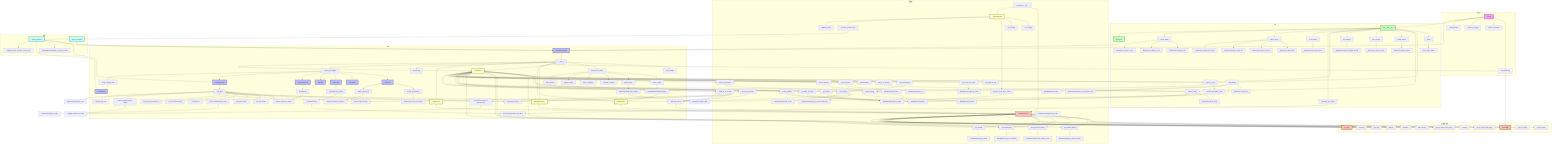
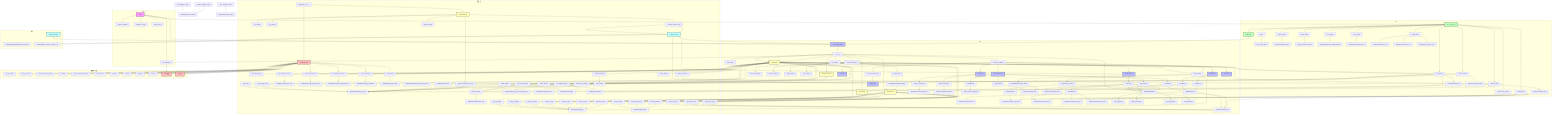
flowchart TD
    subgraph 主入口
        main["main()"] --> init_database["init_database()"]
        main --> register_services["register_services()"]
        main --> handle_cli_args["handle_cli_args()"]
        main --> show_menu["show_menu()"]
    end

    subgraph GUI
        VMTOOLPyQtApp["VMTOOLPyQtApp"] --> __init__["__init__()"]
        __init__ --> load_config["load_config()"]
        __init__ --> create_menu_bar["create_menu_bar()"]
        __init__ --> init_database
        __init__ --> DictService
        __init__ --> WeightCalculator
        __init__ --> FilterService
        __init__ --> StatsService
        __init__ --> set_theme["set_theme()"]
        __init__ --> create_tab_widget["create_tab_widget()"]
+         __init__ --> ProgressBarWidget["ProgressBarWidget"]

        create_menu_bar --> import_data["import_data()"]
        create_menu_bar --> export_data["export_data()"]
        create_menu_bar --> calculate_weight["calculate_weight()"]
        create_menu_bar --> detect_conflicts["detect_conflicts()"]
        create_menu_bar --> migrate_data["migrate_data()"]
        create_menu_bar --> show_about["show_about()"]

        import_data --> ImportExportTab.import_data["ImportExportTab.import_data()"]
        export_data --> ImportExportTab.export_data["ImportExportTab.export_data()"]

        create_tab_widget --> CharsTab["CharsTab"]
        create_tab_widget --> SpecialTab["SpecialTab"]
        create_tab_widget --> WordsTab["WordsTab"]
        create_tab_widget --> StatsTab["StatsTab"]
        create_tab_widget --> ImportExportTab["ImportExportTab"]
        create_tab_widget --> CodeRulesTab["CodeRulesTab"]
        create_tab_widget --> create_settings_tab["create_settings_tab()"]
        create_settings_tab --> SettingsTab["SettingsTab"]

        CharsTab --> search_characters_gui["search_characters()"]
        search_characters_gui --> DictService.search_characters

        CharsTab --> delete_character_gui["delete_character()"]
        delete_character_gui --> DictService.delete_character

+         CharsTab --> add_batch_gui["add_batch()"]
+         add_batch_gui --> AddBatchThread["AddBatchThread"]
+         AddBatchThread --> DictService.add_characters
+         add_batch_gui --> ProgressBarWidget
+ 
+         SpecialTab --> add_special_batch_gui["add_batch()"]
+         add_special_batch_gui --> AddBatchThread
+         AddBatchThread --> DictService.add_words
+         add_special_batch_gui --> ProgressBarWidget
+ 
+         WordsTab --> add_batch_words_gui["add_batch()"]
+         add_batch_words_gui --> AddBatchThread
+         AddBatchThread --> DictService.add_words
+         add_batch_words_gui --> ProgressBarWidget
+ 
        WordsTab --> recalculate_all_codes_gui["recalculate_all_codes()"]
        recalculate_all_codes_gui --> CalculateThread["CalculateThread"]
        CalculateThread --> DictService.calculate_all_codes
+         recalculate_all_codes_gui --> ProgressBarWidget

        ImportExportTab --> showEvent["showEvent()"]
        showEvent --> update_export_full_path["update_export_full_path()"]

+         ImportExportTab --> import_data_gui["import_data()"]
+         import_data_gui --> ImportThread["ImportThread"]
+         ImportThread --> FilterService.import_from_txt
+         ImportThread --> FilterService.import_from_csv
+         ImportThread --> FilterService.import_from_json
+         import_data_gui --> ProgressBarWidget
+ 
+         ImportExportTab --> export_data_gui["export_data()"]
+         export_data_gui --> DictService.export_data
+ 
        CodeRulesTab --> test_rule["test_rule()"]
-         test_rule --> get_rule_content["get rule content"]
-         test_rule --> get_python_mode["get python mode"]
-         test_rule --> save_original_config["save original config"]
-         test_rule --> save_codegen_config["save CodeGenerator config"]
-         test_rule --> set_temp_rule["set temp rule"]
-         test_rule --> set_codegen_custom["set CodeGenerator to custom mode"]
-         test_rule --> generate_code["generate_code()"]
-         test_rule --> get_rule_name["get rule name from UI"]
-         test_rule --> get_ui_python_mode["get python mode from UI"]
-         test_rule --> restore_original_config["restore original config"]
-         test_rule --> restore_codegen_config["restore CodeGenerator config"]
-         test_rule --> cleanup_temp_rule["cleanup temp rule"]
+         test_rule --> DictService.generate_code
+         test_rule --> ProgressBarWidget
+ 
+         ProgressBarWidget --> start_progress["start_progress()"]
+         ProgressBarWidget --> update_progress["update_progress()"]
+         ProgressBarWidget --> finish_progress["finish_progress()"]
+         ProgressBarWidget --> error_progress["error_progress()"]
    end

    subgraph CLI
        CLI_Main["cli/__main__.py"] --> main_cli["main()"]
        main_cli --> show_typer_help["show_typer_help()"]

        CLI_Main --> add_word["add_word()"]
        CLI_Main --> delete_word["delete_word()"]
        CLI_Main --> delete_batch["delete_batch()"]
        CLI_Main --> query_word["query_word()"]
        CLI_Main --> set_weight["set_weight()"]
        CLI_Main --> replace_code["replace_code()"]
        CLI_Main --> calculate_all_codes_cli["calculate_all_codes()"]
        CLI_Main --> show_stats["show_stats()"]
        CLI_Main --> import_data_cli["import_data()"]
        CLI_Main --> export_data_cli["export_data()"]
        CLI_Main --> start_gui["start_gui()"]

        add_word --> DictService.add_word
        delete_word --> DictService.delete_word
        delete_batch --> DictService.delete_words
        query_word --> DictService.search_words
        set_weight --> WeightCalculator.set_weight_directly
        replace_code --> DictService.replace_code
        calculate_all_codes_cli --> DictService.calculate_all_codes
        show_stats --> StatsService.generate_report
        import_data_cli --> DictService.add_words
        import_data_cli --> FilterService.import_from_txt
        import_data_cli --> FilterService.import_from_csv
        import_data_cli --> FilterService.import_from_json
        export_data_cli --> FilterService.export_to_txt
        export_data_cli --> FilterService.export_to_csv
        export_data_cli --> FilterService.export_to_json
        start_gui --> VMTOOLPyQtApp
    end

    subgraph 服务层
        DictService["DictService"] --> __init__["__init__()"]
        DictService.__init__ --> WordRepository
        DictService.__init__ --> CodeGenerator

        DictService --> get_word["get_word()"]
        get_word --> WordRepository.get_by_word

        DictService --> get_word_by_text["get_word_by_text()"]
        get_word_by_text --> WordRepository.get_by_word

        DictService --> get_word_by_id["get_word_by_id()"]

        DictService --> get_words_by_code["get_words_by_code()"]
        get_words_by_code --> WordRepository.get_by_code

        DictService --> get_special_chars["get_special_chars()"]
        get_special_chars --> WordRepository.get_special_chars

        DictService --> count_special_chars["count_special_chars()"]
        count_special_chars --> WordRepository.count_special_chars

        DictService --> get_characters["get_characters()"]
        get_characters --> WordRepository.get_characters

        DictService --> get_words["get_words()"]
        get_words --> WordRepository.get_words

        DictService --> add_word["add_word()"]
        add_word --> generate_code["generate_code()"]
        generate_code --> CodeGenerator.generate_code
        add_word --> WordRepository.get_by_word_and_code
        add_word --> WordRepository.create

        DictService --> add_words["add_words()"]
        add_words --> generate_code
        add_words --> WordRepository.get_by_word_code_pairs
        add_words --> WordRepository.bulk_create

        DictService --> add_characters["add_characters()"]
        add_characters --> add_words

        DictService --> update_word["update_word()"]
        update_word --> WordRepository.get_by_word
        update_word --> WordRepository.update

        DictService --> delete_word["delete_word()"]
        delete_word --> WordRepository.get_by_word
        delete_word --> WordRepository.delete

        DictService --> delete_words["delete_words()"]
        delete_words --> WordRepository.get_by_word
        delete_words --> WordRepository.delete

        DictService --> delete_character["delete_character()"]
        delete_character --> delete_word

        DictService --> delete_table["delete_table()"]

        DictService --> replace_code["replace_code()"]
        replace_code --> update_word

        DictService --> get_all_words["get_all_words()"]
        get_all_words --> WordRepository.get_all

        DictService --> search_words["search_words()"]
        search_words --> WordRepository.search

        DictService --> search_characters["search_characters()"]
        search_characters --> WordRepository.search

        DictService --> get_code_preview["get_code_preview()"]
        get_code_preview --> generate_code

        DictService --> calculate_all_codes["calculate_all_codes()"]
-         calculate_all_codes --> save_original_config["save original config"]
-         calculate_all_codes --> set_codegen_custom["set CodeGenerator to custom mode"]
        calculate_all_codes --> generate_code
-         calculate_all_codes --> restore_original_config["restore original config"]
- 
-         WeightCalculator["WeightCalculator"] --> WordRepository
-         FilterService["FilterService"] --> WordRepository
-         StatsService["StatsService"] --> WordRepository
+ 
+         DictService --> export_data["export_data()"]
+         export_data --> WordRepository.get_all
+ 
+         WeightCalculator["WeightCalculator"] --> set_weight_directly["set_weight_directly()"]
+         set_weight_directly --> WordRepository.get_by_word
+         set_weight_directly --> WordRepository.update
+ 
+         FilterService["FilterService"] --> filter_by_length["filter_by_length()"]
+         filter_by_length --> WordRepository.get_all
+ 
+         FilterService --> filter_by_weight["filter_by_weight()"]
+         filter_by_weight --> WordRepository.get_all
+ 
+         FilterService --> filter_by_pattern["filter_by_pattern()"]
+         filter_by_pattern --> WordRepository.search
+ 
+         FilterService --> import_from_txt["import_from_txt()"]
+         import_from_txt --> DictService.add_words
+ 
+         FilterService --> import_from_csv["import_from_csv()"]
+         import_from_csv --> DictService.add_words
+ 
+         FilterService --> import_from_json["import_from_json()"]
+         import_from_json --> DictService.add_words
+ 
+         FilterService --> export_to_txt["export_to_txt()"]
+         export_to_txt --> WordRepository.get_all
+ 
+         FilterService --> export_to_csv["export_to_csv()"]
+         export_to_csv --> WordRepository.get_all
+ 
+         FilterService --> export_to_json["export_to_json()"]
+         export_to_json --> WordRepository.get_all
+ 
+         StatsService["StatsService"] --> generate_report["generate_report()"]
+         generate_report --> WordRepository.get_all

        CodeGenerator["CodeGenerator"] --> set_config["set_config()"]
        CodeGenerator --> get_config["get_config()"]
        CodeGenerator --> generate_code_from_chars["generate_code_from_chars()"]
+         generate_code_from_chars --> WordRepository.get_by_word
        CodeGenerator --> _execute_custom_rule["_execute_custom_rule()"]
+         _execute_custom_rule --> config_manager
        CodeGenerator --> validate_code["validate_code()"]
    end

    subgraph 数据访问层
        WordRepository["WordRepository"] --> get_by_word["get_by_word()"]
        WordRepository --> get_by_code["get_by_code()"]
        WordRepository --> get_special_chars["get_special_chars()"]
        WordRepository --> count_special_chars["count_special_chars()"]
        WordRepository --> get_characters["get_characters()"]
        WordRepository --> get_words["get_words()"]
        WordRepository --> get_by_word_and_code["get_by_word_and_code()"]
        WordRepository --> create["create()"]
        WordRepository --> get_by_word_code_pairs["get_by_word_code_pairs()"]
        WordRepository --> bulk_create["bulk_create()"]
        WordRepository --> update["update()"]
        WordRepository --> delete["delete()"]
        WordRepository --> get_all["get_all()"]
        WordRepository --> search["search()"]

        WordRepository --> Word["Word模型"]
        WordRepository --> get_db["get_db()"]
        init_database --> Word
    end

    subgraph 核心
        config_manager["config_manager"] --> VMTOOLPyQtApp
        config_manager --> CodeRulesTab
        config_manager --> ImportExportTab.update_export_full_path
        config_manager --> SettingsTab
        config_manager --> CodeGenerator._execute_custom_rule
        theme_manager["theme_manager"] --> VMTOOLPyQtApp
    end

    main --> CLI_Main
    main --> VMTOOLPyQtApp
    test_rule --> DictService.generate_code
    set_codegen_custom --> CodeGenerator.set_config
    save_codegen_config --> CodeGenerator.get_config
    restore_codegen_config --> CodeGenerator.set_config
    generate_code_from_chars --> WordRepository.get_by_word
    _execute_custom_rule --> config_manager
    ImportExportTab.export_data --> DictService.export_data
    ImportExportTab.import_data --> FilterService

    classDef main fill:#f9f,stroke:#333,stroke-width:2px;
    classDef gui fill:#bbf,stroke:#333,stroke-width:2px;
    classDef cli fill:#bfb,stroke:#333,stroke-width:2px;
    classDef service fill:#ffb,stroke:#333,stroke-width:2px;
    classDef dal fill:#fbb,stroke:#333,stroke-width:2px;
    classDef core fill:#bff,stroke:#333,stroke-width:2px;

    class main main;
    class VMTOOLPyQtApp,CharsTab,SpecialTab,WordsTab,StatsTab,ImportExportTab,CodeRulesTab,SettingsTab gui;
    class CLI_Main,start_gui cli;
    class DictService,WeightCalculator,FilterService,StatsService,CodeGenerator service;
    class WordRepository,Word,get_db,dal dal;
    class config_manager,theme_manager core;